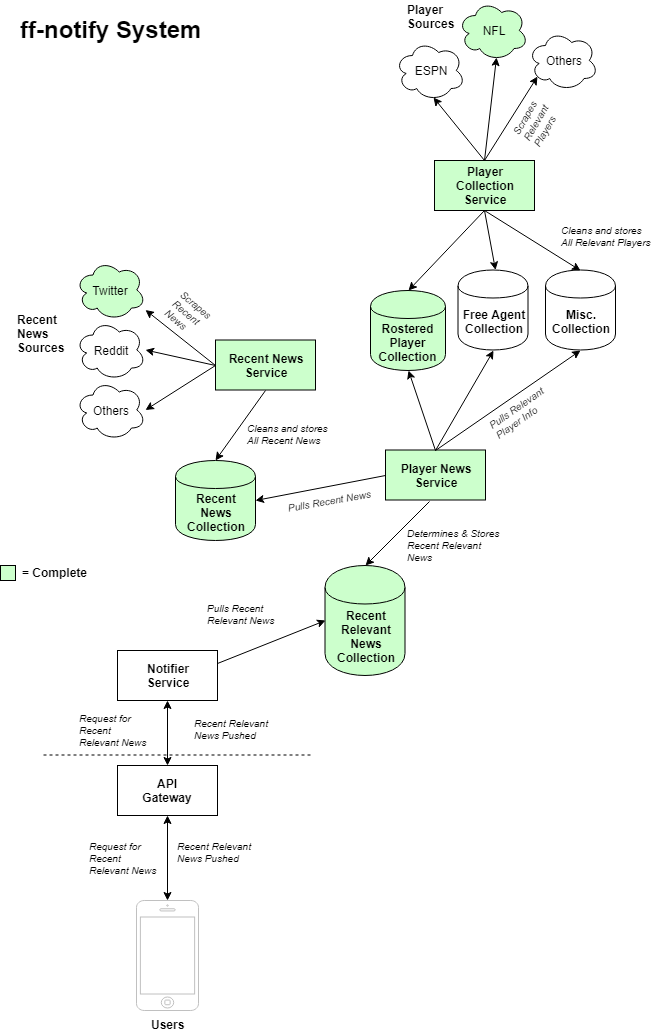
The draw.io diagram wiki/diagrams/ff-notify system.png in mpcen/ff-notify-api, before a commit. Source tidied: cells renumbered, new cells last; positions are measured from the earlier drawing's top-left corner, leaving out a move shared by most shapes.
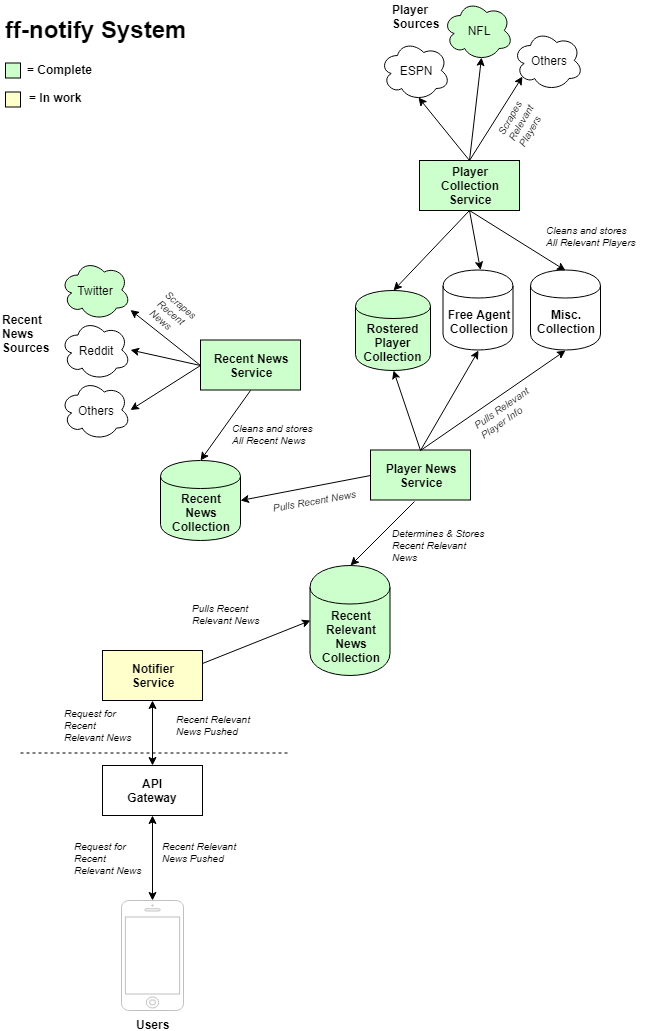
After the commit.

Change to the diagram source:
```diff
@@ -124,7 +124,7 @@
     <mxCell id="39" value="Cleans and stores&lt;br&gt;All Relevant Players&lt;br style=&quot;font-size: 10px&quot;&gt;" style="text;html=1;align=left;verticalAlign=top;spacingTop=-4;fontSize=10;fontStyle=2;" parent="1" vertex="1">
       <mxGeometry x="558.5" y="222" width="100" height="30" as="geometry" />
     </mxCell>
-    <mxCell id="40" value="Notifier&lt;br&gt;Service&lt;br&gt;" style="rounded=0;whiteSpace=wrap;html=1;fontStyle=1;" parent="1" vertex="1">
+    <mxCell id="40" value="Notifier&lt;br&gt;Service&lt;br&gt;" style="rounded=0;whiteSpace=wrap;html=1;fontStyle=1;fillColor=#FFFFCC;" parent="1" vertex="1">
       <mxGeometry x="117" y="650" width="100" height="50" as="geometry" />
     </mxCell>
     <mxCell id="41" style="endArrow=classic;html=1;exitX=1;exitY=0.25;exitDx=0;exitDy=0;entryX=0;entryY=0.5;entryDx=0;entryDy=0;" parent="1" edge="1" source="40" target="36">
@@ -140,10 +140,10 @@
       <mxGeometry x="87" y="837.5" width="80" height="40" as="geometry" />
     </mxCell>
     <mxCell id="45" style="whiteSpace=wrap;html=1;fillColor=#CCFFCC;" parent="1" vertex="1">
-      <mxGeometry y="565" width="15" height="15" as="geometry" />
+      <mxGeometry x="20" y="62.5" width="15" height="15" as="geometry" />
     </mxCell>
     <mxCell id="46" value="&lt;b&gt;= Complete&lt;/b&gt;" style="text;html=1;align=left;verticalAlign=top;spacingTop=-4;" parent="1" vertex="1">
-      <mxGeometry x="20" y="562.5" width="80" height="20" as="geometry" />
+      <mxGeometry x="40" y="60" width="80" height="20" as="geometry" />
     </mxCell>
     <mxCell id="47" value="&lt;font style=&quot;font-size: 12px&quot;&gt;&lt;b&gt;Users&lt;/b&gt;&lt;/font&gt;" style="html=1;verticalLabelPosition=bottom;labelBackgroundColor=#ffffff;verticalAlign=top;shadow=0;dashed=0;strokeWidth=1;shape=mxgraph.ios7.misc.iphone;fillColor=#ffffff;strokeColor=#c0c0c0;" parent="1" vertex="1">
       <mxGeometry x="136" y="900" width="62" height="110" as="geometry" />
@@ -158,19 +158,25 @@
       <mxGeometry relative="1" as="geometry" />
     </mxCell>
     <mxCell id="51" value="Request for&lt;br&gt;Recent&lt;br&gt;Relevant News&lt;br style=&quot;font-size: 10px&quot;&gt;" style="text;html=1;align=left;verticalAlign=top;spacingTop=-4;fontSize=10;rotation=0;fontStyle=2;" parent="1" vertex="1">
-      <mxGeometry x="77" y="710" width="80" height="40" as="geometry" />
+      <mxGeometry x="77" y="705" width="80" height="40" as="geometry" />
     </mxCell>
     <mxCell id="52" value="Recent Relevant&lt;br&gt;News Pushed&lt;br style=&quot;font-size: 10px&quot;&gt;" style="text;html=1;align=left;verticalAlign=top;spacingTop=-4;fontSize=10;rotation=0;fontStyle=2;" parent="1" vertex="1">
-      <mxGeometry x="192" y="715" width="90" height="30" as="geometry" />
+      <mxGeometry x="189" y="711" width="90" height="30" as="geometry" />
     </mxCell>
     <mxCell id="53" style="endArrow=none;dashed=1;html=1;" parent="1" edge="1">
       <mxGeometry relative="1" as="geometry">
-        <mxPoint x="43" y="754.5" as="sourcePoint" />
-        <mxPoint x="313" y="754.5" as="targetPoint" />
+        <mxPoint x="35" y="752.5" as="sourcePoint" />
+        <mxPoint x="305" y="752.5" as="targetPoint" />
       </mxGeometry>
     </mxCell>
     <mxCell id="54" value="&lt;h1&gt;ff-notify System&lt;/h1&gt;" style="text;html=1;strokeColor=none;fillColor=none;spacing=5;spacingTop=-20;whiteSpace=wrap;overflow=hidden;rounded=0;" parent="1" vertex="1">
       <mxGeometry x="15" y="10" width="218" height="40" as="geometry" />
     </mxCell>
+    <mxCell id="55" value="&lt;b&gt;= In work&lt;/b&gt;" style="text;html=1;align=left;verticalAlign=top;spacingTop=-4;" parent="1" vertex="1">
+      <mxGeometry x="42" y="87.5" width="70" height="20" as="geometry" />
+    </mxCell>
+    <mxCell id="56" style="whiteSpace=wrap;html=1;fillColor=#FFFFCC;" parent="1" vertex="1">
+      <mxGeometry x="20" y="91.5" width="15" height="15" as="geometry" />
+    </mxCell>
   </root>
 </mxGraphModel>
```
